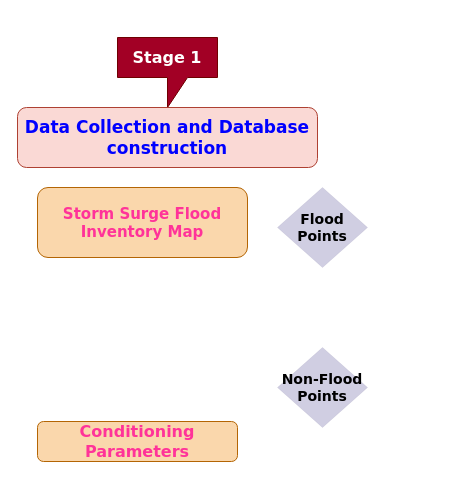
The draw.io diagram Susceptibility Diagram.drawio in Daawarb/Daawarb, before the edit. Source tidied: cells renumbered, new cells numbered last; positions are measured from the earlier drawing's top-left corner, leaving out a move shared by most shapes. Both pictures are drawn from the tidied source at 100%, with x=0, y=0 at pixel (17, 37).
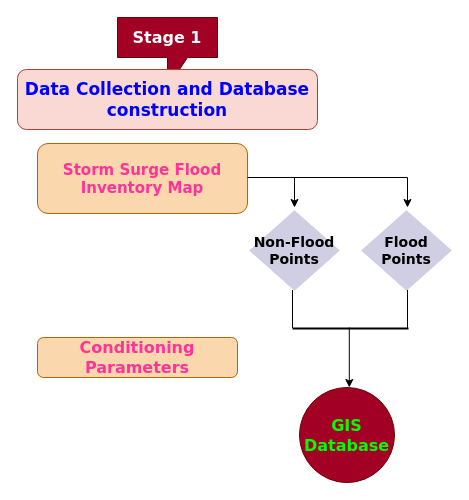
Above is the later version.

The edit, as a diff of the source:
```diff
@@
 <mxGraphModel>
   <root>
     <mxCell id="0" />
     <mxCell id="1" parent="0" />
     <mxCell id="2" value="&lt;font face=&quot;Verdana&quot; style=&quot;font-size: 16px;&quot;&gt;&lt;b style=&quot;&quot;&gt;Stage 1&lt;/b&gt;&lt;/font&gt;" style="shape=callout;whiteSpace=wrap;html=1;perimeter=calloutPerimeter;fillColor=#a20025;strokeColor=#6F0000;fontColor=#ffffff;" parent="1" vertex="1">
-      <mxGeometry x="100" width="100" height="70" as="geometry" />
+      <mxGeometry x="100" y="-20" width="100" height="70" as="geometry" />
     </mxCell>
     <mxCell id="3" value="&lt;font face=&quot;Verdana&quot; style=&quot;font-size: 17px; color: rgb(0, 0, 255);&quot;&gt;&lt;b&gt;Data Collection and Database construction&lt;/b&gt;&lt;/font&gt;" style="rounded=1;whiteSpace=wrap;html=1;fillColor=#fad9d5;strokeColor=#ae4132;" parent="1" vertex="1">
-      <mxGeometry y="70" width="300" height="60" as="geometry" />
+      <mxGeometry y="32" width="300" height="60" as="geometry" />
     </mxCell>
     <mxCell id="4" value="&lt;font face=&quot;Verdana&quot; style=&quot;font-size: 15px; color: rgb(255, 51, 153);&quot;&gt;&lt;b&gt;Storm Surge Flood Inventory Map&lt;/b&gt;&lt;/font&gt;" style="rounded=1;whiteSpace=wrap;html=1;fillColor=#fad7ac;strokeColor=#b46504;" parent="1" vertex="1">
-      <mxGeometry x="20" y="150" width="210" height="70" as="geometry" />
+      <mxGeometry x="20" y="106" width="210" height="70" as="geometry" />
     </mxCell>
     <mxCell id="5" value="&lt;font face=&quot;Verdana&quot; style=&quot;font-size: 14px;&quot;&gt;&lt;b&gt;Non-Flood Points&lt;/b&gt;&lt;/font&gt;" style="rhombus;whiteSpace=wrap;html=1;dashed=1;dashPattern=1 4;strokeWidth=0;fillColor=#d0cee2;strokeColor=#56517e;" parent="1" vertex="1">
-      <mxGeometry x="260" y="310" width="90" height="80" as="geometry" />
+      <mxGeometry x="232" y="173" width="90" height="80" as="geometry" />
     </mxCell>
     <mxCell id="6" value="&lt;font face=&quot;Verdana&quot; style=&quot;font-size: 14px;&quot;&gt;&lt;b&gt;Flood Points&lt;/b&gt;&lt;/font&gt;" style="rhombus;whiteSpace=wrap;html=1;dashed=1;dashPattern=1 4;strokeWidth=0;fillColor=#d0cee2;strokeColor=#56517e;" parent="1" vertex="1">
-      <mxGeometry x="260" y="150" width="90" height="80" as="geometry" />
+      <mxGeometry x="344" y="173" width="90" height="80" as="geometry" />
     </mxCell>
     <mxCell id="7" value="&lt;font face=&quot;Verdana&quot; style=&quot;font-size: 16px; color: rgb(255, 51, 153);&quot;&gt;&lt;b style=&quot;&quot;&gt;Conditioning Parameters&lt;/b&gt;&lt;/font&gt;" style="rounded=1;whiteSpace=wrap;html=1;fillColor=#fad7ac;strokeColor=#b46504;" parent="1" vertex="1">
-      <mxGeometry x="20" y="384" width="200" height="40" as="geometry" />
+      <mxGeometry x="20" y="300" width="200" height="40" as="geometry" />
     </mxCell>
+    <mxCell id="8" value="&lt;font face=&quot;Verdana&quot; style=&quot;font-size: 16px; color: rgb(0, 255, 0);&quot;&gt;&lt;b style=&quot;&quot;&gt;GIS Database&lt;/b&gt;&lt;/font&gt;" style="ellipse;whiteSpace=wrap;html=1;fillColor=#a20025;strokeColor=#6F0000;fontColor=#ffffff;" parent="1" vertex="1">
+      <mxGeometry x="282" y="350" width="95" height="95" as="geometry" />
+    </mxCell>
+    <mxCell id="9" style="endArrow=none;html=1;rounded=0;" parent="1" edge="1">
+      <mxGeometry relative="1" as="geometry">
+        <mxPoint x="230" y="140" as="sourcePoint" />
+        <mxPoint x="390" y="140" as="targetPoint" />
+      </mxGeometry>
+    </mxCell>
+    <mxCell id="10" style="endArrow=classic;html=1;rounded=0;" parent="1" edge="1">
+      <mxGeometry relative="1" as="geometry">
+        <mxPoint x="390" y="140" as="sourcePoint" />
+        <mxPoint x="390" y="170" as="targetPoint" />
+      </mxGeometry>
+    </mxCell>
+    <mxCell id="11" style="endArrow=classic;html=1;rounded=0;" parent="1" edge="1">
+      <mxGeometry relative="1" as="geometry">
+        <mxPoint x="277" y="140" as="sourcePoint" />
+        <mxPoint x="277" y="170" as="targetPoint" />
+      </mxGeometry>
+    </mxCell>
+    <mxCell id="12" style="shape=partialRectangle;whiteSpace=wrap;html=1;bottom=0;top=0;fillColor=none;" parent="1" vertex="1">
+      <mxGeometry x="275" y="253" width="115" height="37" as="geometry" />
+    </mxCell>
+    <mxCell id="13" style="line;strokeWidth=2;html=1;" parent="1" vertex="1">
+      <mxGeometry x="275" y="286" width="116" height="10" as="geometry" />
+    </mxCell>
+    <mxCell id="14" style="endArrow=classic;html=1;rounded=0;" parent="1" edge="1">
+      <mxGeometry relative="1" as="geometry">
+        <mxPoint x="331.8" y="290" as="sourcePoint" />
+        <mxPoint x="331.8" y="350" as="targetPoint" />
+      </mxGeometry>
+    </mxCell>
   </root>
 </mxGraphModel>
```
